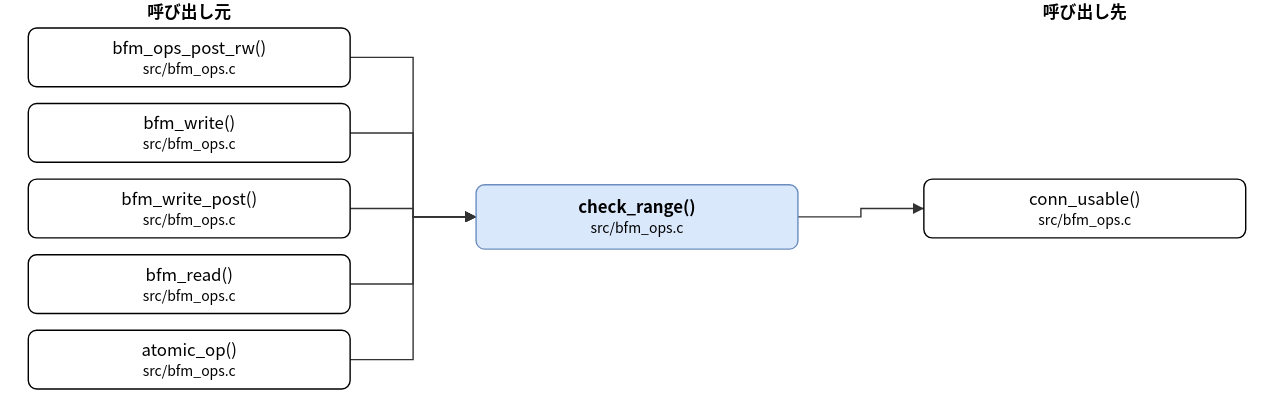
The draw.io diagram doc/spec/images/call_src_bfm_ops-check_range.drawio.svg in hf355051012-ai/bfmem, before a commit. Source tidied: cells renumbered, new cells last; positions are measured from the earlier drawing's top-left corner, leaving out a move shared by most shapes. Source of this version:
```xml
<mxGraphModel>
  <root>
    <mxCell id="0" />
    <mxCell id="1" parent="0" />
    <mxCell id="2" value="check_range()&lt;br&gt;&lt;font style=&quot;font-size:10px&quot;&gt;src/bfm_ops.c&lt;/font&gt;" style="rounded=1;whiteSpace=wrap;html=1;fillColor=#dae8fc;strokeColor=#6c8ebf;fontStyle=1;" parent="1" vertex="1">
      <mxGeometry x="320" y="132" width="230" height="46" as="geometry" />
    </mxCell>
    <mxCell id="3" value="bfm_ops_post_rw()&lt;br&gt;&lt;font style=&quot;font-size:10px&quot;&gt;src/bfm_ops.c&lt;/font&gt;" style="rounded=1;whiteSpace=wrap;html=1;" parent="1" vertex="1">
      <mxGeometry y="20" width="230" height="42" as="geometry" />
    </mxCell>
    <mxCell id="4" value="bfm_write()&lt;br&gt;&lt;font style=&quot;font-size:10px&quot;&gt;src/bfm_ops.c&lt;/font&gt;" style="rounded=1;whiteSpace=wrap;html=1;" parent="1" vertex="1">
      <mxGeometry y="74" width="230" height="42" as="geometry" />
    </mxCell>
    <mxCell id="5" value="bfm_write_post()&lt;br&gt;&lt;font style=&quot;font-size:10px&quot;&gt;src/bfm_ops.c&lt;/font&gt;" style="rounded=1;whiteSpace=wrap;html=1;" parent="1" vertex="1">
      <mxGeometry y="128" width="230" height="42" as="geometry" />
    </mxCell>
    <mxCell id="6" value="bfm_read()&lt;br&gt;&lt;font style=&quot;font-size:10px&quot;&gt;src/bfm_ops.c&lt;/font&gt;" style="rounded=1;whiteSpace=wrap;html=1;" parent="1" vertex="1">
      <mxGeometry y="182" width="230" height="42" as="geometry" />
    </mxCell>
    <mxCell id="7" value="atomic_op()&lt;br&gt;&lt;font style=&quot;font-size:10px&quot;&gt;src/bfm_ops.c&lt;/font&gt;" style="rounded=1;whiteSpace=wrap;html=1;" parent="1" vertex="1">
      <mxGeometry y="236" width="230" height="42" as="geometry" />
    </mxCell>
    <mxCell id="8" value="conn_usable()&lt;br&gt;&lt;font style=&quot;font-size:10px&quot;&gt;src/bfm_ops.c&lt;/font&gt;" style="rounded=1;whiteSpace=wrap;html=1;" parent="1" vertex="1">
      <mxGeometry x="640" y="128" width="230" height="42" as="geometry" />
    </mxCell>
    <mxCell id="9" style="edgeStyle=none;html=1;rounded=0;endArrow=block;endFill=1;exitX=1.0000;exitY=0.5000;exitDx=0;exitDy=0;exitPerimeter=0;entryX=0.0000;entryY=0.5000;entryDx=0;entryDy=0;entryPerimeter=0;" parent="1" edge="1" source="3" target="2">
      <mxGeometry relative="1" as="geometry">
        <Array as="points">
          <mxPoint x="275" y="41" />
          <mxPoint x="275" y="155" />
        </Array>
      </mxGeometry>
    </mxCell>
    <mxCell id="10" style="edgeStyle=none;html=1;rounded=0;endArrow=block;endFill=1;exitX=1.0000;exitY=0.5000;exitDx=0;exitDy=0;exitPerimeter=0;entryX=0.0000;entryY=0.5000;entryDx=0;entryDy=0;entryPerimeter=0;" parent="1" edge="1" source="4" target="2">
      <mxGeometry relative="1" as="geometry">
        <Array as="points">
          <mxPoint x="275" y="95" />
          <mxPoint x="275" y="155" />
        </Array>
      </mxGeometry>
    </mxCell>
    <mxCell id="11" style="edgeStyle=none;html=1;rounded=0;endArrow=block;endFill=1;exitX=1.0000;exitY=0.5000;exitDx=0;exitDy=0;exitPerimeter=0;entryX=0.0000;entryY=0.5000;entryDx=0;entryDy=0;entryPerimeter=0;" parent="1" edge="1" source="5" target="2">
      <mxGeometry relative="1" as="geometry">
        <Array as="points">
          <mxPoint x="275" y="149" />
          <mxPoint x="275" y="155" />
        </Array>
      </mxGeometry>
    </mxCell>
    <mxCell id="12" style="edgeStyle=none;html=1;rounded=0;endArrow=block;endFill=1;exitX=1.0000;exitY=0.5000;exitDx=0;exitDy=0;exitPerimeter=0;entryX=0.0000;entryY=0.5000;entryDx=0;entryDy=0;entryPerimeter=0;" parent="1" edge="1" source="6" target="2">
      <mxGeometry relative="1" as="geometry">
        <Array as="points">
          <mxPoint x="275" y="203" />
          <mxPoint x="275" y="155" />
        </Array>
      </mxGeometry>
    </mxCell>
    <mxCell id="13" style="edgeStyle=none;html=1;rounded=0;endArrow=block;endFill=1;exitX=1.0000;exitY=0.5000;exitDx=0;exitDy=0;exitPerimeter=0;entryX=0.0000;entryY=0.5000;entryDx=0;entryDy=0;entryPerimeter=0;" parent="1" edge="1" source="7" target="2">
      <mxGeometry relative="1" as="geometry">
        <Array as="points">
          <mxPoint x="275" y="257" />
          <mxPoint x="275" y="155" />
        </Array>
      </mxGeometry>
    </mxCell>
    <mxCell id="14" style="edgeStyle=none;html=1;rounded=0;endArrow=block;endFill=1;exitX=1.0000;exitY=0.5000;exitDx=0;exitDy=0;exitPerimeter=0;entryX=0.0000;entryY=0.5000;entryDx=0;entryDy=0;entryPerimeter=0;" parent="1" edge="1" source="2" target="8">
      <mxGeometry relative="1" as="geometry">
        <Array as="points">
          <mxPoint x="595" y="155" />
          <mxPoint x="595" y="149" />
        </Array>
      </mxGeometry>
    </mxCell>
    <mxCell id="15" value="呼び出し元" style="text;html=1;align=center;fontStyle=1;" parent="1" vertex="1">
      <mxGeometry x="35" width="160" height="18" as="geometry" />
    </mxCell>
    <mxCell id="16" value="呼び出し先" style="text;html=1;align=center;fontStyle=1;" parent="1" vertex="1">
      <mxGeometry x="675" width="160" height="18" as="geometry" />
    </mxCell>
  </root>
</mxGraphModel>
```
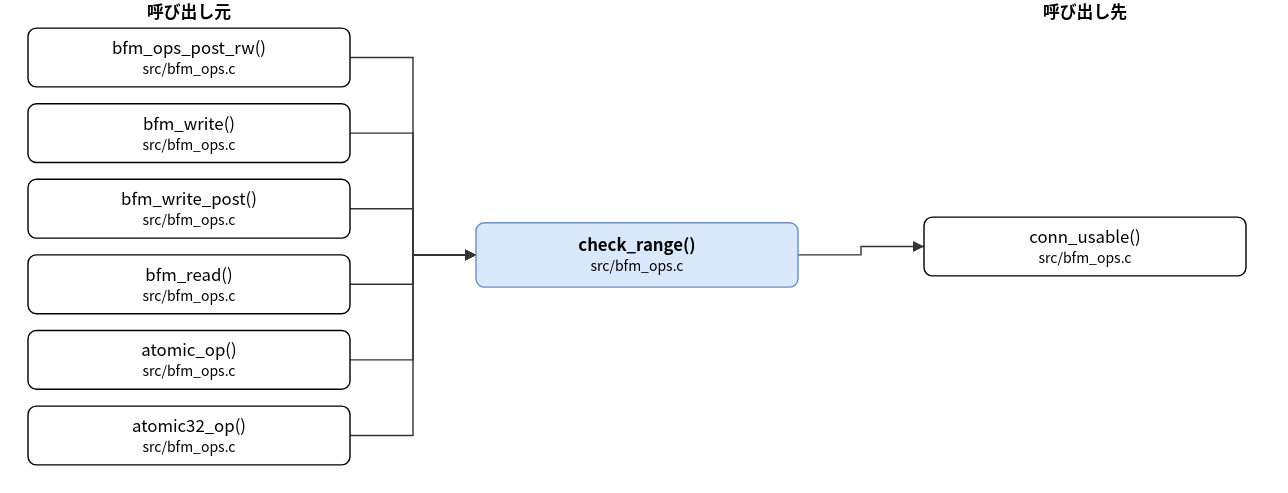
The same diagram one commit later.

Diff of the diagram source:
```diff
@@ -3,7 +3,7 @@
     <mxCell id="0" />
     <mxCell id="1" parent="0" />
     <mxCell id="2" value="check_range()&lt;br&gt;&lt;font style=&quot;font-size:10px&quot;&gt;src/bfm_ops.c&lt;/font&gt;" style="rounded=1;whiteSpace=wrap;html=1;fillColor=#dae8fc;strokeColor=#6c8ebf;fontStyle=1;" parent="1" vertex="1">
-      <mxGeometry x="320" y="132" width="230" height="46" as="geometry" />
+      <mxGeometry x="320" y="159" width="230" height="46" as="geometry" />
     </mxCell>
     <mxCell id="3" value="bfm_ops_post_rw()&lt;br&gt;&lt;font style=&quot;font-size:10px&quot;&gt;src/bfm_ops.c&lt;/font&gt;" style="rounded=1;whiteSpace=wrap;html=1;" parent="1" vertex="1">
       <mxGeometry y="20" width="230" height="42" as="geometry" />
@@ -20,14 +20,17 @@
     <mxCell id="7" value="atomic_op()&lt;br&gt;&lt;font style=&quot;font-size:10px&quot;&gt;src/bfm_ops.c&lt;/font&gt;" style="rounded=1;whiteSpace=wrap;html=1;" parent="1" vertex="1">
       <mxGeometry y="236" width="230" height="42" as="geometry" />
     </mxCell>
+    <mxCell id="17" value="atomic32_op()&lt;br&gt;&lt;font style=&quot;font-size:10px&quot;&gt;src/bfm_ops.c&lt;/font&gt;" style="rounded=1;whiteSpace=wrap;html=1;" parent="1" vertex="1">
+      <mxGeometry y="290" width="230" height="42" as="geometry" />
+    </mxCell>
     <mxCell id="8" value="conn_usable()&lt;br&gt;&lt;font style=&quot;font-size:10px&quot;&gt;src/bfm_ops.c&lt;/font&gt;" style="rounded=1;whiteSpace=wrap;html=1;" parent="1" vertex="1">
-      <mxGeometry x="640" y="128" width="230" height="42" as="geometry" />
+      <mxGeometry x="640" y="155" width="230" height="42" as="geometry" />
     </mxCell>
     <mxCell id="9" style="edgeStyle=none;html=1;rounded=0;endArrow=block;endFill=1;exitX=1.0000;exitY=0.5000;exitDx=0;exitDy=0;exitPerimeter=0;entryX=0.0000;entryY=0.5000;entryDx=0;entryDy=0;entryPerimeter=0;" parent="1" edge="1" source="3" target="2">
       <mxGeometry relative="1" as="geometry">
         <Array as="points">
           <mxPoint x="275" y="41" />
-          <mxPoint x="275" y="155" />
+          <mxPoint x="275" y="182" />
         </Array>
       </mxGeometry>
     </mxCell>
@@ -35,7 +38,7 @@
       <mxGeometry relative="1" as="geometry">
         <Array as="points">
           <mxPoint x="275" y="95" />
-          <mxPoint x="275" y="155" />
+          <mxPoint x="275" y="182" />
         </Array>
       </mxGeometry>
     </mxCell>
@@ -43,7 +46,7 @@
       <mxGeometry relative="1" as="geometry">
         <Array as="points">
           <mxPoint x="275" y="149" />
-          <mxPoint x="275" y="155" />
+          <mxPoint x="275" y="182" />
         </Array>
       </mxGeometry>
     </mxCell>
@@ -51,7 +54,7 @@
       <mxGeometry relative="1" as="geometry">
         <Array as="points">
           <mxPoint x="275" y="203" />
-          <mxPoint x="275" y="155" />
+          <mxPoint x="275" y="182" />
         </Array>
       </mxGeometry>
     </mxCell>
@@ -59,18 +62,26 @@
       <mxGeometry relative="1" as="geometry">
         <Array as="points">
           <mxPoint x="275" y="257" />
-          <mxPoint x="275" y="155" />
+          <mxPoint x="275" y="182" />
         </Array>
       </mxGeometry>
     </mxCell>
-    <mxCell id="14" style="edgeStyle=none;html=1;rounded=0;endArrow=block;endFill=1;exitX=1.0000;exitY=0.5000;exitDx=0;exitDy=0;exitPerimeter=0;entryX=0.0000;entryY=0.5000;entryDx=0;entryDy=0;entryPerimeter=0;" parent="1" edge="1" source="2" target="8">
+    <mxCell id="14" style="edgeStyle=none;html=1;rounded=0;endArrow=block;endFill=1;exitX=1.0000;exitY=0.5000;exitDx=0;exitDy=0;exitPerimeter=0;entryX=0.0000;entryY=0.5000;entryDx=0;entryDy=0;entryPerimeter=0;" parent="1" edge="1" source="17" target="2">
       <mxGeometry relative="1" as="geometry">
         <Array as="points">
-          <mxPoint x="595" y="155" />
-          <mxPoint x="595" y="149" />
+          <mxPoint x="275" y="311" />
+          <mxPoint x="275" y="182" />
         </Array>
       </mxGeometry>
     </mxCell>
+    <mxCell id="18" style="edgeStyle=none;html=1;rounded=0;endArrow=block;endFill=1;exitX=1.0000;exitY=0.5000;exitDx=0;exitDy=0;exitPerimeter=0;entryX=0.0000;entryY=0.5000;entryDx=0;entryDy=0;entryPerimeter=0;" parent="1" edge="1" source="2" target="8">
+      <mxGeometry relative="1" as="geometry">
+        <Array as="points">
+          <mxPoint x="595" y="182" />
+          <mxPoint x="595" y="176" />
+        </Array>
+      </mxGeometry>
+    </mxCell>
     <mxCell id="15" value="呼び出し元" style="text;html=1;align=center;fontStyle=1;" parent="1" vertex="1">
       <mxGeometry x="35" width="160" height="18" as="geometry" />
     </mxCell>
```
